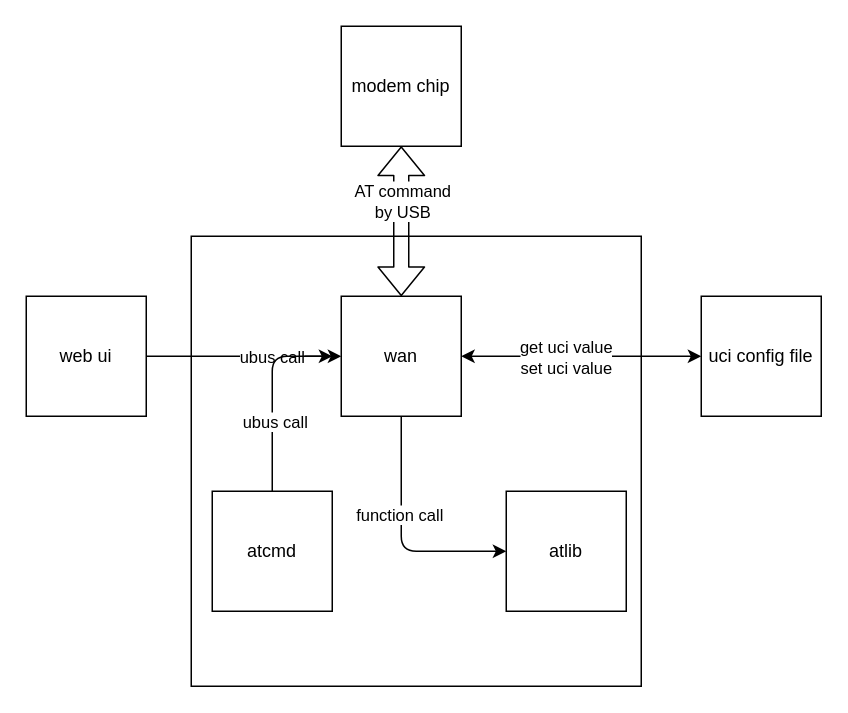
Before: page "struct" (1 of 2) of modem-block.drawio in bob-wangxm/LT1002, a draw.io diagram. Source tidied: cells renumbered, new cells numbered last; positions are measured from the earlier drawing's top-left corner, leaving out a move shared by most shapes. Both pictures are drawn from the tidied source at 150%, with x=0, y=0 at pixel (26, 26).
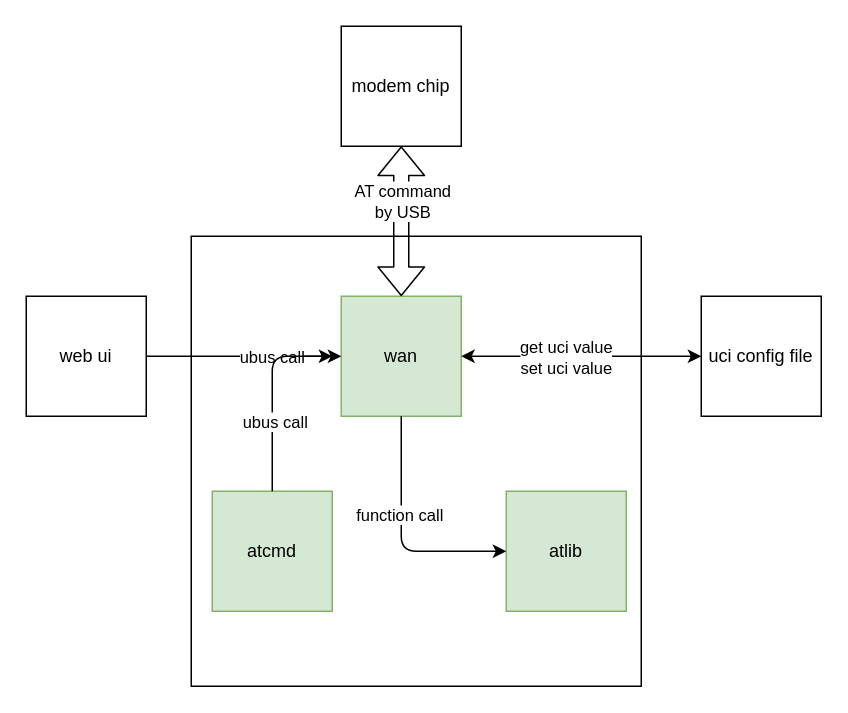
The same diagram, later.

Change to the diagram source:
```diff
@@
-    <mxCell id="3" value="atcmd" style="whiteSpace=wrap;html=1;" parent="1" vertex="1">
+    <mxCell id="3" value="atcmd" style="whiteSpace=wrap;html=1;fillColor=#d5e8d4;strokeColor=#82b366;" parent="1" vertex="1">
       <mxGeometry x="124" y="310" width="80" height="80" as="geometry" />
     </mxCell>
-    <mxCell id="4" value="wan" style="whiteSpace=wrap;html=1;" parent="1" vertex="1">
+    <mxCell id="4" value="wan" style="whiteSpace=wrap;html=1;fillColor=#d5e8d4;strokeColor=#82b366;" parent="1" vertex="1">
       <mxGeometry x="210" y="180" width="80" height="80" as="geometry" />
     </mxCell>
-    <mxCell id="5" value="atlib" style="whiteSpace=wrap;html=1;" parent="1" vertex="1">
+    <mxCell id="5" value="atlib" style="whiteSpace=wrap;html=1;fillColor=#d5e8d4;strokeColor=#82b366;" parent="1" vertex="1">
       <mxGeometry x="320" y="310" width="80" height="80" as="geometry" />
     </mxCell>
```
